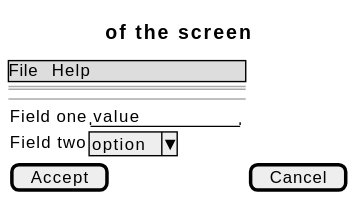
Earlier version of the PlantUML export docs/01-requirements/use-cases/configureCourseProgress/wireframes.svg (didactika/kampus). Its diagram source:
```plantuml
@startsalt
{
  {* File | Help }
  ==
  Title of the screen
  --
  {
    Field one | "value        "
    Field two | ^option^
  }
  [ Accept ] | [ Cancel ]
}
@endsalt
```
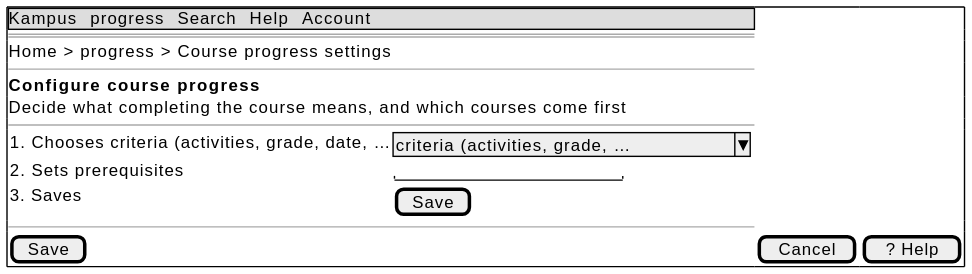
After the commit.

The edit, as a diff of the source:
```diff
@@ -1,13 +1,18 @@
 @startsalt
-{
-  {* File | Help }
+{+
+  {* Kampus | progress | Search | Help | Account }
   ==
-  Title of the screen
+  Home > progress > Course progress settings
+  --
+  <b>Configure course progress
+  Decide what completing the course means, and which courses come first
   --
   {
-    Field one | "value        "
-    Field two | ^option^
+    1. Chooses criteria (activities, grade, date, … | ^criteria (activities, grade, …^
+    2. Sets prerequisites | "                    "
+    3. Saves | [ Save ]
   }
-  [ Accept ] | [ Cancel ]
+  --
+  [ Save ] | [ Cancel ] | [ ? Help ]
 }
 @endsalt
```
